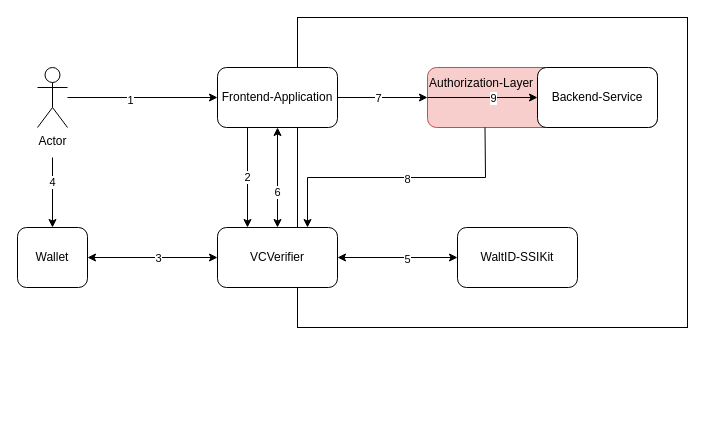
Earlier version of the draw.io diagram docs/verifier_overview.drawio (lstechdev/VCVerifier). Source tidied: cells renumbered, new cells numbered last; positions are measured from the earlier drawing's top-left corner, leaving out a move shared by most shapes. Both pictures are drawn from the tidied source at 100%, with x=0, y=0 at pixel (17, 17).
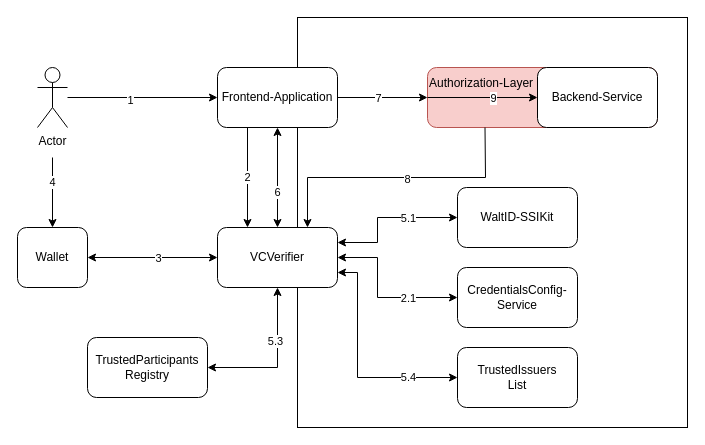
After the change.

Unchanged cells that the change refers to:
```xml
<mxCell id="6" value="VCVerifier" style="rounded=1;whiteSpace=wrap;html=1;" parent="1" vertex="1">
  <mxGeometry x="200" y="210" width="120" height="60" as="geometry" />
</mxCell>
```

What changed in the source:
```diff
@@
     <mxCell id="2" style="rounded=0;whiteSpace=wrap;html=1;" parent="1" vertex="1">
-      <mxGeometry x="280" width="390" height="310" as="geometry" />
+      <mxGeometry x="280" width="390" height="410" as="geometry" />
     </mxCell>
@@
     <mxCell id="7" value="WaltID-SSIKit" style="rounded=1;whiteSpace=wrap;html=1;" parent="1" vertex="1">
-      <mxGeometry x="440" y="210" width="120" height="60" as="geometry" />
+      <mxGeometry x="440" y="170" width="120" height="60" as="geometry" />
     </mxCell>
@@
-    <mxCell id="19" style="endArrow=classic;startArrow=classic;html=1;rounded=0;entryX=0;entryY=0.5;entryDx=0;entryDy=0;exitX=1;exitY=0.5;exitDx=0;exitDy=0;" parent="1" edge="1" source="6" target="7">
-      <mxGeometry relative="1" as="geometry" />
+    <mxCell id="19" style="endArrow=classic;startArrow=classic;html=1;rounded=0;entryX=0;entryY=0.5;entryDx=0;entryDy=0;exitX=1;exitY=0.25;exitDx=0;exitDy=0;" parent="1" edge="1" source="6" target="7">
+      <mxGeometry relative="1" as="geometry">
+        <Array as="points">
+          <mxPoint x="360" y="225" />
+          <mxPoint x="360" y="200" />
+        </Array>
+      </mxGeometry>
     </mxCell>
-    <mxCell id="20" value="5" style="edgeLabel;html=1;align=center;verticalAlign=middle;" parent="19" vertex="1">
-      <mxGeometry x="0.15" y="-1" relative="1" as="geometry" />
+    <mxCell id="20" value="5.1" style="edgeLabel;html=1;align=center;verticalAlign=middle;" parent="19" vertex="1">
+      <mxGeometry x="0.15" y="-1" relative="1" as="geometry">
+        <mxPoint x="12" y="-1" as="offset" />
+      </mxGeometry>
     </mxCell>
@@
+    <mxCell id="27" value="CredentialsConfig-Service" style="rounded=1;whiteSpace=wrap;html=1;" parent="1" vertex="1">
+      <mxGeometry x="440" y="250" width="120" height="60" as="geometry" />
+    </mxCell>
+    <mxCell id="28" style="endArrow=classic;html=1;rounded=0;entryX=0;entryY=0.5;entryDx=0;entryDy=0;exitX=1;exitY=0.5;exitDx=0;exitDy=0;startArrow=classic;startFill=1;" parent="1" edge="1" source="6" target="27">
+      <mxGeometry relative="1" as="geometry">
+        <Array as="points">
+          <mxPoint x="360" y="240" />
+          <mxPoint x="360" y="280" />
+        </Array>
+      </mxGeometry>
+    </mxCell>
+    <mxCell id="29" value="2.1" style="edgeLabel;html=1;align=center;verticalAlign=middle;" parent="28" vertex="1">
+      <mxGeometry x="0.01" y="2" relative="1" as="geometry">
+        <mxPoint x="29" y="2" as="offset" />
+      </mxGeometry>
+    </mxCell>
+    <mxCell id="30" value="&lt;div&gt;TrustedParticipants&lt;/div&gt;&lt;div&gt;Registry&lt;/div&gt;" style="rounded=1;whiteSpace=wrap;html=1;" parent="1" vertex="1">
+      <mxGeometry x="70" y="320" width="120" height="60" as="geometry" />
+    </mxCell>
+    <mxCell id="31" value="&lt;div&gt;TrustedIssuers&lt;/div&gt;&lt;div&gt;List&lt;br&gt;&lt;/div&gt;" style="rounded=1;whiteSpace=wrap;html=1;" parent="1" vertex="1">
+      <mxGeometry x="440" y="330" width="120" height="60" as="geometry" />
+    </mxCell>
+    <mxCell id="32" value="5.4" style="endArrow=classic;html=1;rounded=0;entryX=0;entryY=0.5;entryDx=0;entryDy=0;exitX=1;exitY=0.75;exitDx=0;exitDy=0;startArrow=classic;startFill=1;" parent="1" edge="1" source="6" target="31">
+      <mxGeometry x="0.56" relative="1" as="geometry">
+        <Array as="points">
+          <mxPoint x="340" y="255" />
+          <mxPoint x="340" y="360" />
+        </Array>
+      </mxGeometry>
+    </mxCell>
+    <mxCell id="33" style="endArrow=classic;startArrow=classic;html=1;rounded=0;entryX=0.5;entryY=1;entryDx=0;entryDy=0;exitX=1;exitY=0.5;exitDx=0;exitDy=0;" parent="1" edge="1" source="30" target="6">
+      <mxGeometry relative="1" as="geometry">
+        <Array as="points">
+          <mxPoint x="260" y="350" />
+        </Array>
+      </mxGeometry>
+    </mxCell>
+    <mxCell id="34" value="5.3" style="edgeLabel;html=1;align=center;verticalAlign=middle;" parent="33" vertex="1">
+      <mxGeometry x="0.29" y="3" relative="1" as="geometry" />
+    </mxCell>
```
